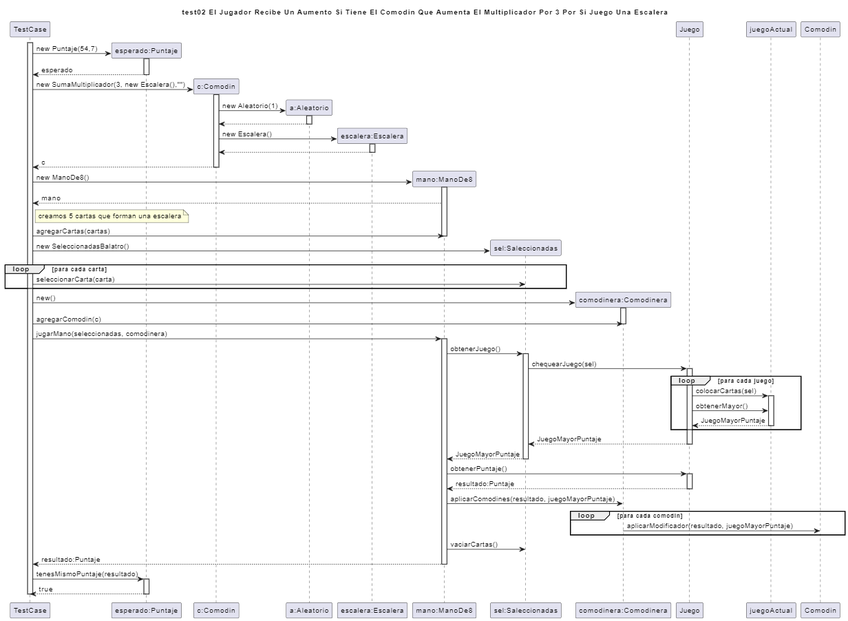
Earlier version of the PlantUML export diagrams/sequences/casoDeUso2.png (facukresta/g06-tp2-2c-2024). Its source is kept beside it as diagrams/sequences/casoDeUso2.puml.
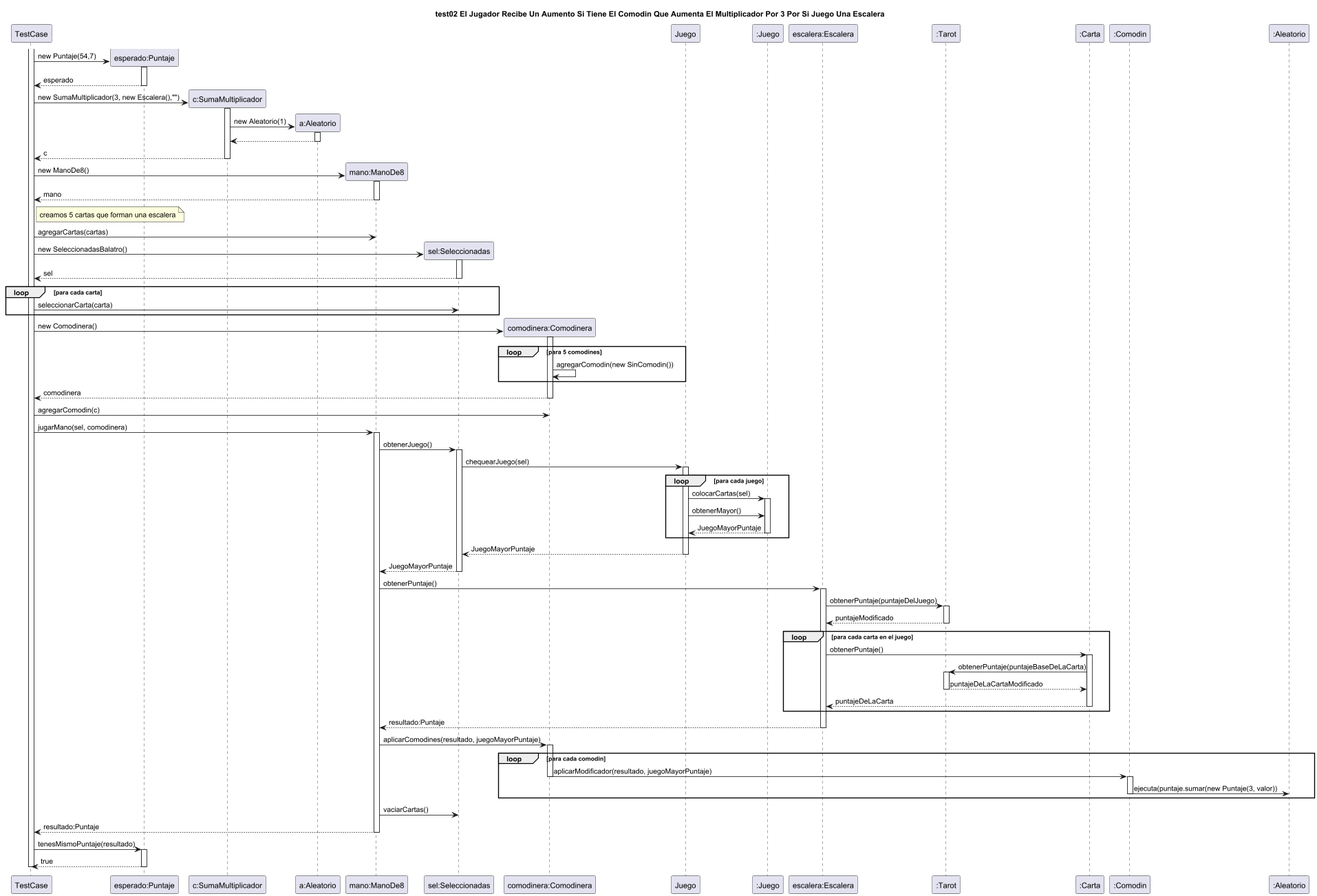
After the commit.

Change to the diagram source:
```diff
@@ -11,39 +11,46 @@
 TestCase <-- esperado : esperado
 deactivate esperado
 
-TestCase -> "c:Comodin" as comodin **: new SumaMultiplicador(3, new Escalera(),"")
+TestCase -> "c:SumaMultiplicador" as comodin **: new SumaMultiplicador(3, new Escalera(),"")
 
 activate comodin
 comodin -> "a:Aleatorio" as aleatorio **: new Aleatorio(1)
 activate aleatorio
 comodin <-- aleatorio
 deactivate aleatorio
-comodin -> "escalera:Escalera" as escalera ** : new Escalera()
-activate escalera
-comodin <-- escalera
-deactivate escalera
 TestCase <-- comodin : c
 deactivate comodin
 
 TestCase -> "mano:ManoDe8" as mano **: new ManoDe8()
 activate mano
 TestCase <-- mano : mano
+deactivate mano
 note right of TestCase: creamos 5 cartas que forman una escalera
 TestCase -> mano : agregarCartas(cartas)
 deactivate mano
 
-TestCase -> "sel:Saleccionadas" as sel ** : new SeleccionadasBalatro()
+TestCase -> "sel:Seleccionadas" as sel ** : new SeleccionadasBalatro()
+activate sel
+TestCase <-- sel :sel
+deactivate sel
 loop para cada carta
 TestCase -> sel : seleccionarCarta(carta)
 end
 
-TestCase -> "comodinera:Comodinera" as comodinera **: new()
+TestCase -> "comodinera:Comodinera" as comodinera **: new Comodinera()
 activate comodinera
+
+loop para 5 comodines
+comodinera -> comodinera  :agregarComodin(new SinComodin())
+end
+TestCase <-- comodinera :comodinera
+deactivate comodinera
 TestCase -> comodinera : agregarComodin(c)
-deactivate comodinera
 
 
-TestCase -> mano : jugarMano(seleccionadas, comodinera)
+
+
+TestCase -> mano : jugarMano(sel, comodinera)
 activate mano
 mano -> sel : obtenerJuego()
 activate sel
@@ -51,7 +58,7 @@
 activate Juego
 
 loop para cada juego
-Juego -> juegoActual : colocarCartas(sel)
+Juego -> ":Juego" as juegoActual : colocarCartas(sel)
 activate juegoActual
 Juego -> juegoActual : obtenerMayor()
 Juego <-- juegoActual : JuegoMayorPuntaje
@@ -64,14 +71,33 @@
 mano <-- sel : JuegoMayorPuntaje
 deactivate sel
 
-mano -> Juego : obtenerPuntaje()
-activate Juego
-mano <-- Juego : resultado:Puntaje
-deactivate Juego
+mano -> "escalera:Escalera" as escalera : obtenerPuntaje()
+activate escalera
+escalera -> ":Tarot" as tarot :obtenerPuntaje(puntajeDelJuego)
+activate tarot
+escalera <-- tarot :puntajeModificado
+deactivate tarot
+loop para cada carta en el juego
+escalera -> ":Carta" as carta :obtenerPuntaje()
+activate carta
+carta -> tarot :obtenerPuntaje(puntajeBaseDeLaCarta)
+activate tarot
+carta <-- tarot :puntajeDeLaCartaModificado
+deactivate
+escalera <-- carta: puntajeDeLaCarta
+deactivate carta
+end
+mano <-- escalera : resultado:Puntaje
+deactivate escalera
 
 mano -> comodinera : aplicarComodines(resultado, juegoMayorPuntaje)
+activate comodinera
 loop para cada comodin
-comodinera -> "Comodin" : aplicarModificador(resultado, juegoMayorPuntaje)
+comodinera -> ":Comodin" as comodin3 : aplicarModificador(resultado, juegoMayorPuntaje)
+deactivate comodinera
+activate comodin3
+comodin3 -> ":Aleatorio" as ejecucion : ejecuta(puntaje.sumar(new Puntaje(3, valor))
+deactivate comodin3
 end
 
 mano -> sel: vaciarCartas()
```
